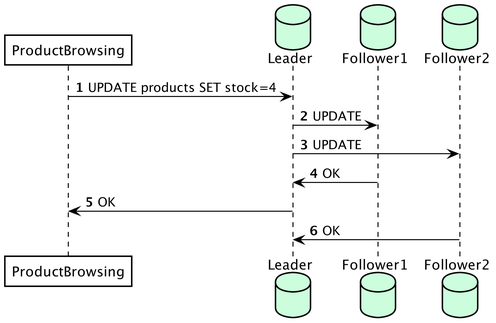
CSSE6400/software-architecture keeps this PlantUML diagram as slides/distributed2/diagrams/SyncVsAsync.png. Above is the earlier version.
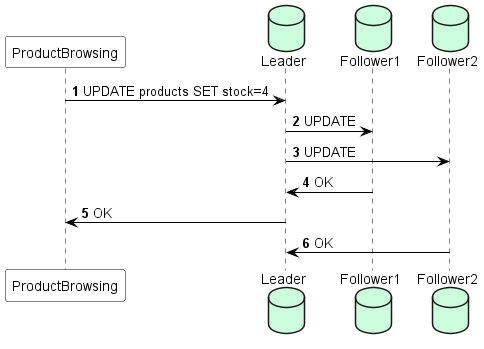
The same diagram one commit later.

Change to the diagram source:
```diff
@@ -1,5 +1,4 @@
 @startuml SyncVsAsync
-skinparamlocked dpi 300
 
 
 skinparam shadowing false
```
